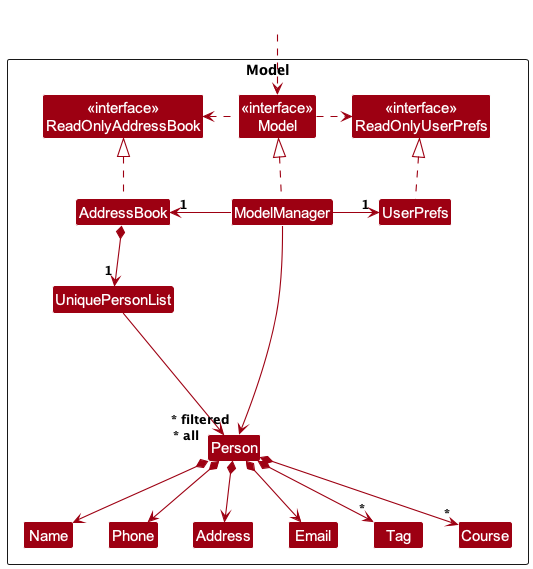
tanteckfang/tp keeps this PlantUML diagram as docs/images/ModelClassDiagram.png. Above is the earlier version.
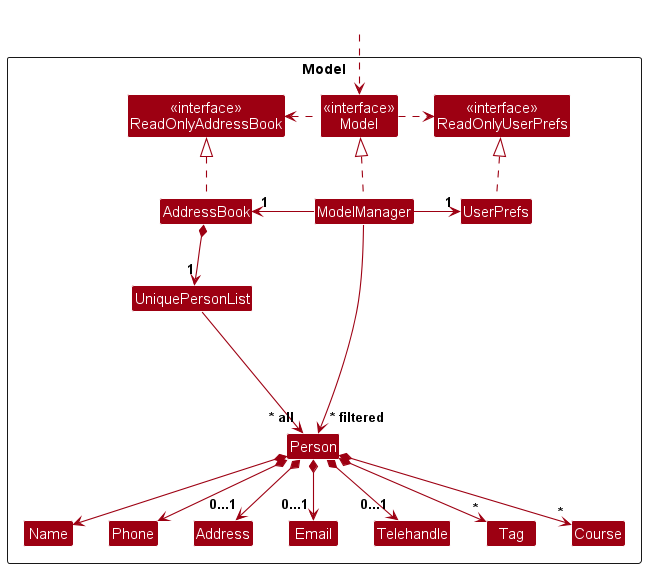
After the commit.

The edit, as a diff of the source:
```diff
@@ -18,6 +18,7 @@
 Class Email
 Class Name
 Class Phone
+Class Telehandle
 Class Tag
 Class Course
 
@@ -40,8 +41,9 @@
 UniquePersonList --> "~* all" Person
 Person *--> Name
 Person *--> Phone
-Person *--> Email
-Person *--> Address
+Person *--> "0...1"Email
+Person *--> "0...1"Address
+Person *--> "0...1"Telehandle
 Person *--> "*" Tag
 Person *--> "*" Course
 
```
